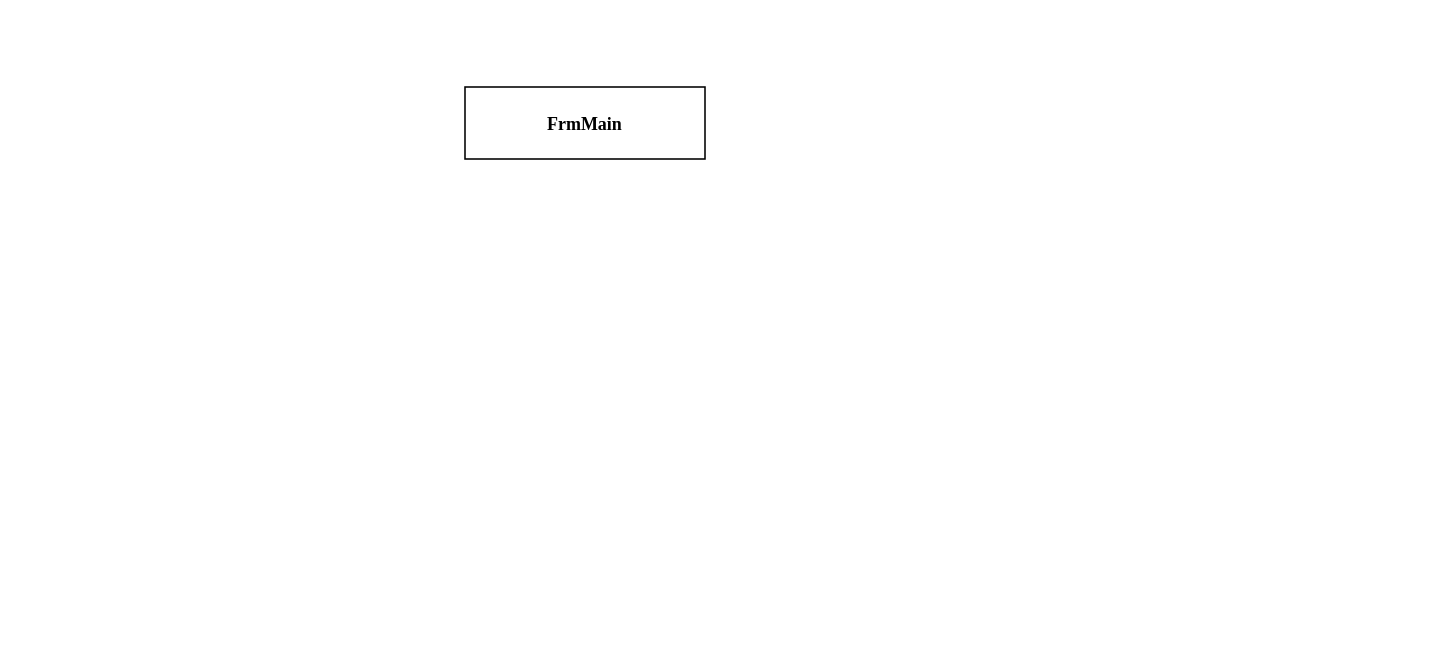
Before: Lab08/SoDo/Hinh_5_1.drawio in inver29/LAB_AT_OOSD, a draw.io diagram. Source tidied: cells renumbered, new cells numbered last; positions are measured from the earlier drawing's top-left corner, leaving out a move shared by most shapes. Both pictures are drawn from the tidied source at 120%, with x=0, y=0 at pixel (464, 86).
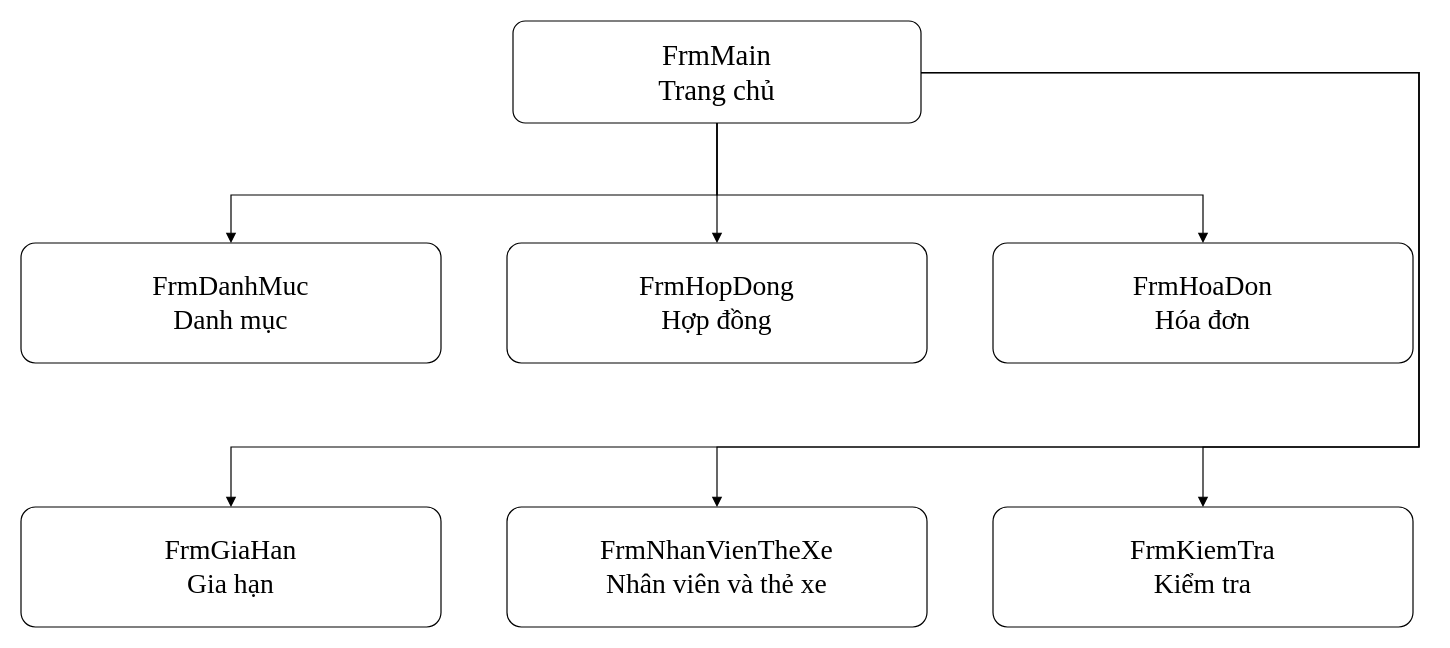
After the change.

The edit, as a diff of the source:
```diff
@@
-    <mxCell id="2" value="FrmMain" style="shape=rectangle;rounded=0;html=1;whiteSpace=wrap;fillColor=#ffffff;strokeColor=#000000;strokeWidth=1.3;fontFamily=Times New Roman;fontSize=15;fontStyle=1;" parent="1" vertex="1">
-      <mxGeometry width="200" height="60" as="geometry" />
-    </mxCell>
+    <mxCell id="3" value="FrmMain&lt;br&gt;Trang chủ" style="html=1;whiteSpace=wrap;fontFamily=Times New Roman;fontColor=#000000;strokeColor=#000000;fillColor=#ffffff;rounded=0;fontSize=24;rounded=1;arcSize=12;" parent="1" vertex="1">
+      <mxGeometry x="40" y="-55" width="340" height="85" as="geometry" />
+    </mxCell>
+    <mxCell id="4" value="FrmDanhMuc&lt;br&gt;Danh mục" style="html=1;whiteSpace=wrap;fontFamily=Times New Roman;fontColor=#000000;strokeColor=#000000;fillColor=#ffffff;rounded=0;fontSize=23;rounded=1;arcSize=12;" parent="1" vertex="1">
+      <mxGeometry x="-370" y="130" width="350" height="100" as="geometry" />
+    </mxCell>
+    <mxCell id="5" value="FrmHopDong&lt;br&gt;Hợp đồng" style="html=1;whiteSpace=wrap;fontFamily=Times New Roman;fontColor=#000000;strokeColor=#000000;fillColor=#ffffff;rounded=0;fontSize=23;rounded=1;arcSize=12;" parent="1" vertex="1">
+      <mxGeometry x="35" y="130" width="350" height="100" as="geometry" />
+    </mxCell>
+    <mxCell id="6" value="FrmHoaDon&lt;br&gt;Hóa đơn" style="html=1;whiteSpace=wrap;fontFamily=Times New Roman;fontColor=#000000;strokeColor=#000000;fillColor=#ffffff;rounded=0;fontSize=23;rounded=1;arcSize=12;" parent="1" vertex="1">
+      <mxGeometry x="440" y="130" width="350" height="100" as="geometry" />
+    </mxCell>
+    <mxCell id="7" value="FrmGiaHan&lt;br&gt;Gia hạn" style="html=1;whiteSpace=wrap;fontFamily=Times New Roman;fontColor=#000000;strokeColor=#000000;fillColor=#ffffff;rounded=0;fontSize=23;rounded=1;arcSize=12;" parent="1" vertex="1">
+      <mxGeometry x="-370" y="350" width="350" height="100" as="geometry" />
+    </mxCell>
+    <mxCell id="8" value="FrmNhanVienTheXe&lt;br&gt;Nhân viên và thẻ xe" style="html=1;whiteSpace=wrap;fontFamily=Times New Roman;fontColor=#000000;strokeColor=#000000;fillColor=#ffffff;rounded=0;fontSize=23;rounded=1;arcSize=12;" parent="1" vertex="1">
+      <mxGeometry x="35" y="350" width="350" height="100" as="geometry" />
+    </mxCell>
+    <mxCell id="9" value="FrmKiemTra&lt;br&gt;Kiểm tra" style="html=1;whiteSpace=wrap;fontFamily=Times New Roman;fontColor=#000000;strokeColor=#000000;fillColor=#ffffff;rounded=0;fontSize=23;rounded=1;arcSize=12;" parent="1" vertex="1">
+      <mxGeometry x="440" y="350" width="350" height="100" as="geometry" />
+    </mxCell>
+    <mxCell id="10" style="edgeStyle=none;rounded=0;html=1;fontFamily=Times New Roman;fontSize=21;strokeColor=#000000;labelBackgroundColor=#ffffff;verticalAlign=bottom;endArrow=block;exitX=0.5;exitY=1.0;exitPerimeter=0;entryX=0.5;entryY=0.0;entryPerimeter=0;" parent="1" edge="1" source="3" target="4">
+      <mxGeometry relative="1" as="geometry">
+        <Array as="points">
+          <mxPoint x="210" y="90" />
+          <mxPoint x="-195" y="90" />
+        </Array>
+      </mxGeometry>
+    </mxCell>
+    <mxCell id="11" style="edgeStyle=none;rounded=0;html=1;fontFamily=Times New Roman;fontSize=21;strokeColor=#000000;labelBackgroundColor=#ffffff;verticalAlign=bottom;endArrow=block;exitX=0.5;exitY=1.0;exitPerimeter=0;entryX=0.5;entryY=0.0;entryPerimeter=0;" parent="1" edge="1" source="3" target="5">
+      <mxGeometry relative="1" as="geometry">
+        <Array as="points">
+          <mxPoint x="210" y="90" />
+          <mxPoint x="210" y="90" />
+        </Array>
+      </mxGeometry>
+    </mxCell>
+    <mxCell id="12" style="edgeStyle=none;rounded=0;html=1;fontFamily=Times New Roman;fontSize=21;strokeColor=#000000;labelBackgroundColor=#ffffff;verticalAlign=bottom;endArrow=block;exitX=0.5;exitY=1.0;exitPerimeter=0;entryX=0.5;entryY=0.0;entryPerimeter=0;" parent="1" edge="1" source="3" target="6">
+      <mxGeometry relative="1" as="geometry">
+        <Array as="points">
+          <mxPoint x="210" y="90" />
+          <mxPoint x="615" y="90" />
+        </Array>
+      </mxGeometry>
+    </mxCell>
+    <mxCell id="13" style="edgeStyle=none;rounded=0;html=1;fontFamily=Times New Roman;fontSize=21;strokeColor=#000000;labelBackgroundColor=#ffffff;verticalAlign=bottom;endArrow=block;exitX=1.0;exitY=0.5058823529411764;exitPerimeter=0;entryX=0.5;entryY=0.0;entryPerimeter=0;" parent="1" edge="1" source="3" target="7">
+      <mxGeometry relative="1" as="geometry">
+        <Array as="points">
+          <mxPoint x="795" y="-12" />
+          <mxPoint x="795" y="300" />
+          <mxPoint x="-195" y="300" />
+        </Array>
+      </mxGeometry>
+    </mxCell>
+    <mxCell id="14" style="edgeStyle=none;rounded=0;html=1;fontFamily=Times New Roman;fontSize=21;strokeColor=#000000;labelBackgroundColor=#ffffff;verticalAlign=bottom;endArrow=block;exitX=1.0;exitY=0.5058823529411764;exitPerimeter=0;entryX=0.5;entryY=0.0;entryPerimeter=0;" parent="1" edge="1" source="3" target="8">
+      <mxGeometry relative="1" as="geometry">
+        <Array as="points">
+          <mxPoint x="795" y="-12" />
+          <mxPoint x="795" y="300" />
+          <mxPoint x="210" y="300" />
+        </Array>
+      </mxGeometry>
+    </mxCell>
+    <mxCell id="15" style="edgeStyle=none;rounded=0;html=1;fontFamily=Times New Roman;fontSize=21;strokeColor=#000000;labelBackgroundColor=#ffffff;verticalAlign=bottom;endArrow=block;exitX=1.0;exitY=0.5058823529411764;exitPerimeter=0;entryX=0.5;entryY=0.0;entryPerimeter=0;" parent="1" edge="1" source="3" target="9">
+      <mxGeometry relative="1" as="geometry">
+        <Array as="points">
+          <mxPoint x="795" y="-12" />
+          <mxPoint x="795" y="300" />
+          <mxPoint x="615" y="300" />
+        </Array>
+      </mxGeometry>
+    </mxCell>
```
